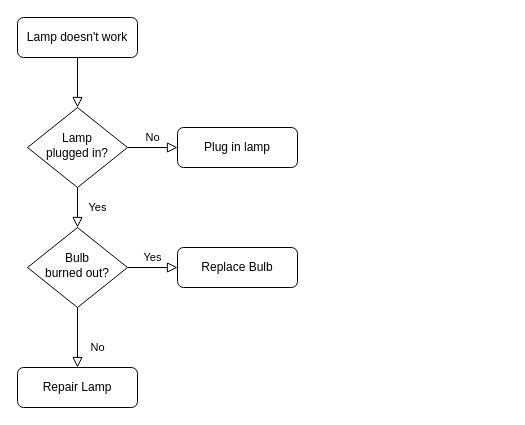
Earlier version of the draw.io diagram Untitled Diagram.drawio (zhangpengxiangMR/algorithm). Source tidied: cells renumbered, new cells numbered last; positions are measured from the earlier drawing's top-left corner, leaving out a move shared by most shapes. Both pictures are drawn from the tidied source at 100%, with x=0, y=0 at pixel (17, 17).
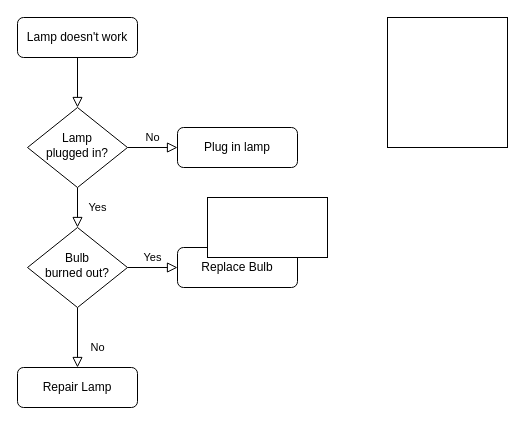
After the change.

Diff of the diagram source:
```diff
@@
 <mxGraphModel>
   <root>
     <mxCell id="0" />
     <mxCell id="1" parent="0" />
     <mxCell id="2" style="rounded=0;html=1;jettySize=auto;fontSize=11;endArrow=block;endFill=0;endSize=8;strokeWidth=1;shadow=0;labelBackgroundColor=none;edgeStyle=orthogonalEdgeStyle;" parent="1" edge="1" source="3" target="6">
       <mxGeometry relative="1" as="geometry" />
     </mxCell>
     <mxCell id="3" value="Lamp doesn't work" style="rounded=1;whiteSpace=wrap;html=1;fontSize=12;glass=0;strokeWidth=1;shadow=0;" parent="1" vertex="1">
       <mxGeometry width="120" height="40" as="geometry" />
     </mxCell>
     <mxCell id="4" value="Yes" style="rounded=0;html=1;jettySize=auto;fontSize=11;endArrow=block;endFill=0;endSize=8;strokeWidth=1;shadow=0;labelBackgroundColor=none;edgeStyle=orthogonalEdgeStyle;" parent="1" edge="1" source="6" target="10">
       <mxGeometry y="20" relative="1" as="geometry" />
     </mxCell>
     <mxCell id="5" value="No" style="edgeStyle=orthogonalEdgeStyle;rounded=0;html=1;jettySize=auto;fontSize=11;endArrow=block;endFill=0;endSize=8;strokeWidth=1;shadow=0;labelBackgroundColor=none;" parent="1" edge="1" source="6" target="7">
       <mxGeometry y="10" relative="1" as="geometry" />
     </mxCell>
     <mxCell id="6" value="Lamp&lt;br&gt;plugged in?" style="rhombus;whiteSpace=wrap;html=1;shadow=0;fontFamily=Helvetica;fontSize=12;align=center;strokeWidth=1;spacing=6;spacingTop=-4;" parent="1" vertex="1">
       <mxGeometry x="10" y="90" width="100" height="80" as="geometry" />
     </mxCell>
     <mxCell id="7" value="Plug in lamp" style="rounded=1;whiteSpace=wrap;html=1;fontSize=12;glass=0;strokeWidth=1;shadow=0;" parent="1" vertex="1">
       <mxGeometry x="160" y="110" width="120" height="40" as="geometry" />
     </mxCell>
     <mxCell id="8" value="No" style="rounded=0;html=1;jettySize=auto;fontSize=11;endArrow=block;endFill=0;endSize=8;strokeWidth=1;shadow=0;labelBackgroundColor=none;edgeStyle=orthogonalEdgeStyle;" parent="1" edge="1" source="10" target="11">
       <mxGeometry x="0.33" y="20" relative="1" as="geometry" />
     </mxCell>
     <mxCell id="9" value="Yes" style="edgeStyle=orthogonalEdgeStyle;rounded=0;html=1;jettySize=auto;fontSize=11;endArrow=block;endFill=0;endSize=8;strokeWidth=1;shadow=0;labelBackgroundColor=none;" parent="1" edge="1" source="10" target="12">
       <mxGeometry y="10" relative="1" as="geometry" />
     </mxCell>
     <mxCell id="10" value="Bulb&lt;br&gt;burned out?" style="rhombus;whiteSpace=wrap;html=1;shadow=0;fontFamily=Helvetica;fontSize=12;align=center;strokeWidth=1;spacing=6;spacingTop=-4;" parent="1" vertex="1">
       <mxGeometry x="10" y="210" width="100" height="80" as="geometry" />
     </mxCell>
     <mxCell id="11" value="Repair Lamp" style="rounded=1;whiteSpace=wrap;html=1;fontSize=12;glass=0;strokeWidth=1;shadow=0;" parent="1" vertex="1">
       <mxGeometry y="350" width="120" height="40" as="geometry" />
     </mxCell>
     <mxCell id="12" value="Replace Bulb" style="rounded=1;whiteSpace=wrap;html=1;fontSize=12;glass=0;strokeWidth=1;shadow=0;" parent="1" vertex="1">
       <mxGeometry x="160" y="230" width="120" height="40" as="geometry" />
     </mxCell>
+    <mxCell id="13" style="rounded=0;whiteSpace=wrap;html=1;" parent="1" vertex="1">
+      <mxGeometry x="190" y="180" width="120" height="60" as="geometry" />
+    </mxCell>
+    <mxCell id="14" style="rounded=0;whiteSpace=wrap;html=1;" parent="1" vertex="1">
+      <mxGeometry x="370" width="120" height="130" as="geometry" />
+    </mxCell>
   </root>
 </mxGraphModel>
```
